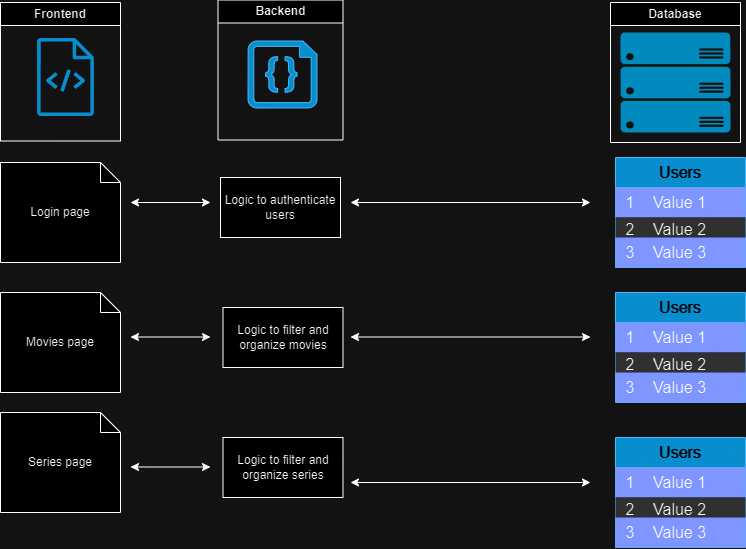
The draw.io diagram CineList.drawio.png in caueoliveiraaa/CineLists, before a commit. Source tidied: cells renumbered, new cells last; positions are measured from the earlier drawing's top-left corner, leaving out a move shared by most shapes.
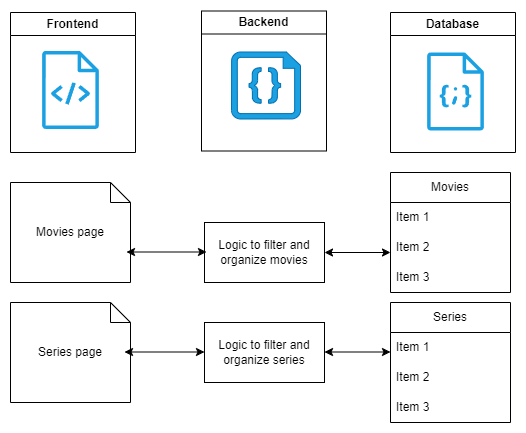
The same diagram one commit later.

What changed in the source:
```diff
@@ -3,169 +3,87 @@
     <mxCell id="0" />
     <mxCell id="1" parent="0" />
     <mxCell id="2" value="Database" style="swimlane;whiteSpace=wrap;html=1;" parent="1" vertex="1">
-      <mxGeometry x="610" y="2" width="130" height="140" as="geometry" />
+      <mxGeometry x="500" y="82" width="125" height="140" as="geometry" />
     </mxCell>
-    <mxCell id="3" style="verticalLabelPosition=bottom;html=1;verticalAlign=top;align=center;strokeColor=none;fillColor=#00BEF2;shape=mxgraph.azure.server_rack;" parent="2" vertex="1">
-      <mxGeometry x="10" y="30" width="110" height="100" as="geometry" />
-    </mxCell>
-    <mxCell id="4" style="edgeStyle=orthogonalEdgeStyle;rounded=0;orthogonalLoop=1;jettySize=auto;html=1;exitX=0.5;exitY=1;exitDx=0;exitDy=0;exitPerimeter=0;" parent="2" edge="1" source="3" target="3">
-      <mxGeometry relative="1" as="geometry" />
+    <mxCell id="4" style="edgeStyle=orthogonalEdgeStyle;rounded=0;orthogonalLoop=1;jettySize=auto;html=1;exitX=0.5;exitY=1;exitDx=0;exitDy=0;exitPerimeter=0;" parent="2" edge="1">
+      <mxGeometry relative="1" as="geometry">
+        <mxPoint x="65" y="130" as="sourcePoint" />
+        <mxPoint x="65" y="130" as="targetPoint" />
+      </mxGeometry>
     </mxCell>
-    <mxCell id="5" value="Users" style="shape=table;startSize=30;rowLines=0;fontStyle=0;fontSize=16;fillColor=#1ba1e2;strokeColor=#006EAF;fontColor=#ffffff;whiteSpace=wrap;" parent="1" vertex="1">
-      <mxGeometry x="615" y="157" width="130" height="110" as="geometry" />
-    </mxCell>
-    <mxCell id="6" style="shape=tableRow;horizontal=0;startSize=0;swimlaneHead=0;swimlaneBody=0;top=0;left=0;bottom=0;right=0;fillColor=#485EEF;strokeColor=#001DBC;fontSize=16;fontColor=#ffffff;swimlaneFillColor=default;" parent="5" vertex="1">
-      <mxGeometry y="30" width="130" height="30" as="geometry" />
-    </mxCell>
-    <mxCell id="7" value="1" style="shape=partialRectangle;html=1;whiteSpace=wrap;fillColor=none;top=0;left=0;bottom=0;right=0;overflow=hidden;strokeColor=inherit;fontSize=16;" parent="6" vertex="1">
-      <mxGeometry width="30" height="30" as="geometry" />
-    </mxCell>
-    <mxCell id="8" value="Value 1" style="shape=partialRectangle;html=1;whiteSpace=wrap;fillColor=none;top=0;left=0;bottom=0;right=0;align=left;spacingLeft=6;overflow=hidden;strokeColor=inherit;fontSize=16;" parent="6" vertex="1">
-      <mxGeometry x="30" width="100" height="30" as="geometry" />
-    </mxCell>
-    <mxCell id="9" style="shape=tableRow;horizontal=0;startSize=0;swimlaneHead=0;swimlaneBody=0;top=0;left=0;bottom=0;right=0;fillColor=#CFCFCF;strokeColor=#001DBC;fontSize=16;fontColor=#ffffff;" parent="5" vertex="1">
-      <mxGeometry y="60" width="130" height="20" as="geometry" />
-    </mxCell>
-    <mxCell id="10" value="2" style="shape=partialRectangle;html=1;whiteSpace=wrap;fillColor=none;top=0;left=0;bottom=0;right=0;overflow=hidden;strokeColor=inherit;fontSize=16;" parent="9" vertex="1">
-      <mxGeometry width="30" height="20" as="geometry" />
-    </mxCell>
-    <mxCell id="11" value="Value 2" style="shape=partialRectangle;html=1;whiteSpace=wrap;fillColor=none;top=0;left=0;bottom=0;right=0;align=left;spacingLeft=6;overflow=hidden;strokeColor=inherit;fontSize=16;" parent="9" vertex="1">
-      <mxGeometry x="30" width="100" height="20" as="geometry" />
-    </mxCell>
-    <mxCell id="12" style="shape=tableRow;horizontal=0;startSize=0;swimlaneHead=0;swimlaneBody=0;top=0;left=0;bottom=0;right=0;fillColor=#485EEF;strokeColor=#001DBC;fontSize=16;fontColor=#ffffff;" parent="5" vertex="1">
-      <mxGeometry y="80" width="130" height="30" as="geometry" />
-    </mxCell>
-    <mxCell id="13" value="3" style="shape=partialRectangle;html=1;whiteSpace=wrap;fillColor=none;top=0;left=0;bottom=0;right=0;overflow=hidden;strokeColor=inherit;fontSize=16;" parent="12" vertex="1">
-      <mxGeometry width="30" height="30" as="geometry" />
-    </mxCell>
-    <mxCell id="14" value="Value 3" style="shape=partialRectangle;html=1;whiteSpace=wrap;fillColor=none;top=0;left=0;bottom=0;right=0;align=left;spacingLeft=6;overflow=hidden;strokeColor=inherit;fontSize=16;" parent="12" vertex="1">
-      <mxGeometry x="30" width="100" height="30" as="geometry" />
-    </mxCell>
+    <mxCell id="51" style="sketch=0;fontColor=#1BA1E2;gradientColor=none;fillColor=#1BA1E2;strokeColor=none;dashed=0;verticalLabelPosition=bottom;verticalAlign=top;align=center;html=1;fontSize=12;fontStyle=0;shape=mxgraph.aws4.json_script;labelBackgroundColor=default;" parent="2" vertex="1">
+      <mxGeometry x="36.5" y="40" width="57" height="78" as="geometry" />
+    </mxCell>
     <mxCell id="15" value="Frontend" style="swimlane;whiteSpace=wrap;html=1;" parent="1" vertex="1">
-      <mxGeometry y="2" width="120" height="138.5" as="geometry" />
+      <mxGeometry x="120" y="82" width="125" height="140" as="geometry" />
     </mxCell>
     <mxCell id="16" style="sketch=0;fontColor=#ffffff;fillColor=#1ba1e2;strokeColor=#006EAF;dashed=0;verticalLabelPosition=bottom;verticalAlign=top;align=center;html=1;fontSize=12;fontStyle=0;shape=mxgraph.aws4.source_code;" parent="15" vertex="1">
-      <mxGeometry x="36.5" y="35.5" width="57" height="78" as="geometry" />
+      <mxGeometry x="31.5" y="38.5" width="57" height="78" as="geometry" />
     </mxCell>
     <mxCell id="17" value="Backend" style="swimlane;whiteSpace=wrap;html=1;startSize=23;" parent="1" vertex="1">
-      <mxGeometry x="217.5" y="-0.5" width="125" height="140" as="geometry" />
+      <mxGeometry x="311" y="80.5" width="125" height="140" as="geometry" />
     </mxCell>
     <mxCell id="18" style="verticalLabelPosition=bottom;html=1;verticalAlign=top;align=center;strokeColor=#006EAF;fillColor=#1BA1E2;shape=mxgraph.azure.code_file;fontColor=#ffffff;" parent="17" vertex="1">
       <mxGeometry x="30" y="41" width="69" height="67" as="geometry" />
     </mxCell>
-    <mxCell id="19" value="Logic to authenticate users" style="whiteSpace=wrap;html=1;align=center;newEdgeStyle={&quot;edgeStyle&quot;:&quot;elbowEdgeStyle&quot;,&quot;startArrow&quot;:&quot;none&quot;,&quot;endArrow&quot;:&quot;none&quot;};" parent="1" vertex="1">
-      <mxGeometry x="220" y="177" width="120" height="60" as="geometry" />
-    </mxCell>
     <mxCell id="20" value="Logic to filter and organize movies" style="whiteSpace=wrap;html=1;align=center;newEdgeStyle={&quot;edgeStyle&quot;:&quot;elbowEdgeStyle&quot;,&quot;startArrow&quot;:&quot;none&quot;,&quot;endArrow&quot;:&quot;none&quot;};" parent="1" vertex="1">
-      <mxGeometry x="222.5" y="307" width="120" height="60" as="geometry" />
+      <mxGeometry x="314" y="292" width="120" height="60" as="geometry" />
     </mxCell>
     <mxCell id="21" value="Logic to filter and organize series" style="whiteSpace=wrap;html=1;align=center;newEdgeStyle={&quot;edgeStyle&quot;:&quot;elbowEdgeStyle&quot;,&quot;startArrow&quot;:&quot;none&quot;,&quot;endArrow&quot;:&quot;none&quot;};" parent="1" vertex="1">
-      <mxGeometry x="222.5" y="437" width="120" height="60" as="geometry" />
+      <mxGeometry x="314" y="392" width="120" height="60" as="geometry" />
     </mxCell>
-    <mxCell id="22" style="endArrow=classic;startArrow=classic;html=1;rounded=0;" parent="1" edge="1">
-      <mxGeometry relative="1" as="geometry">
-        <mxPoint x="350" y="202" as="sourcePoint" />
-        <mxPoint x="590" y="202" as="targetPoint" />
-      </mxGeometry>
-    </mxCell>
-    <mxCell id="23" value="Login page" style="shape=note;size=20;whiteSpace=wrap;html=1;" parent="1" vertex="1">
-      <mxGeometry y="162" width="120" height="100" as="geometry" />
-    </mxCell>
-    <mxCell id="24" style="endArrow=classic;startArrow=classic;html=1;rounded=0;" parent="1" edge="1">
-      <mxGeometry relative="1" as="geometry">
-        <mxPoint x="130" y="202" as="sourcePoint" />
-        <mxPoint x="210" y="202" as="targetPoint" />
-      </mxGeometry>
-    </mxCell>
-    <mxCell id="25" style="endArrow=classic;startArrow=classic;html=1;rounded=0;" parent="1" edge="1">
+    <mxCell id="25" style="endArrow=classic;startArrow=classic;html=1;rounded=0;exitX=1;exitY=0.5;exitDx=0;exitDy=0;" parent="1" edge="1" source="20">
       <mxGeometry relative="1" as="geometry">
-        <mxPoint x="350" y="336.5" as="sourcePoint" />
-        <mxPoint x="590" y="336.5" as="targetPoint" />
+        <mxPoint x="500" y="322" as="targetPoint" />
       </mxGeometry>
     </mxCell>
-    <mxCell id="26" style="endArrow=classic;startArrow=classic;html=1;rounded=0;" parent="1" edge="1">
-      <mxGeometry relative="1" as="geometry">
-        <mxPoint x="350" y="482" as="sourcePoint" />
-        <mxPoint x="590" y="482" as="targetPoint" />
-      </mxGeometry>
-    </mxCell>
     <mxCell id="27" value="Movies page" style="shape=note;size=20;whiteSpace=wrap;html=1;" parent="1" vertex="1">
-      <mxGeometry y="292" width="120" height="100" as="geometry" />
+      <mxGeometry x="120" y="252" width="120" height="100" as="geometry" />
     </mxCell>
     <mxCell id="28" value="Series page" style="shape=note;size=20;whiteSpace=wrap;html=1;" parent="1" vertex="1">
-      <mxGeometry y="412" width="120" height="100" as="geometry" />
+      <mxGeometry x="120" y="372" width="120" height="100" as="geometry" />
     </mxCell>
     <mxCell id="29" style="endArrow=classic;startArrow=classic;html=1;rounded=0;" parent="1" edge="1">
       <mxGeometry relative="1" as="geometry">
-        <mxPoint x="130" y="336.5" as="sourcePoint" />
-        <mxPoint x="210" y="336.5" as="targetPoint" />
+        <mxPoint x="236" y="321.5" as="sourcePoint" />
+        <mxPoint x="316" y="321.5" as="targetPoint" />
       </mxGeometry>
     </mxCell>
     <mxCell id="30" style="endArrow=classic;startArrow=classic;html=1;rounded=0;" parent="1" edge="1">
       <mxGeometry relative="1" as="geometry">
-        <mxPoint x="130" y="466.5" as="sourcePoint" />
-        <mxPoint x="210" y="466.5" as="targetPoint" />
+        <mxPoint x="234" y="421.5" as="sourcePoint" />
+        <mxPoint x="314" y="421.5" as="targetPoint" />
       </mxGeometry>
     </mxCell>
-    <mxCell id="31" value="Users" style="shape=table;startSize=30;rowLines=0;fontStyle=0;fontSize=16;fillColor=#1ba1e2;strokeColor=#006EAF;fontColor=#ffffff;whiteSpace=wrap;" parent="1" vertex="1">
-      <mxGeometry x="615" y="292" width="130" height="110" as="geometry" />
-    </mxCell>
-    <mxCell id="32" style="shape=tableRow;horizontal=0;startSize=0;swimlaneHead=0;swimlaneBody=0;top=0;left=0;bottom=0;right=0;fillColor=#485EEF;strokeColor=#001DBC;fontSize=16;fontColor=#ffffff;swimlaneFillColor=default;" parent="31" vertex="1">
-      <mxGeometry y="30" width="130" height="30" as="geometry" />
-    </mxCell>
-    <mxCell id="33" value="1" style="shape=partialRectangle;html=1;whiteSpace=wrap;fillColor=none;top=0;left=0;bottom=0;right=0;overflow=hidden;strokeColor=inherit;fontSize=16;" parent="32" vertex="1">
-      <mxGeometry width="30" height="30" as="geometry" />
-    </mxCell>
-    <mxCell id="34" value="Value 1" style="shape=partialRectangle;html=1;whiteSpace=wrap;fillColor=none;top=0;left=0;bottom=0;right=0;align=left;spacingLeft=6;overflow=hidden;strokeColor=inherit;fontSize=16;" parent="32" vertex="1">
-      <mxGeometry x="30" width="100" height="30" as="geometry" />
-    </mxCell>
-    <mxCell id="35" style="shape=tableRow;horizontal=0;startSize=0;swimlaneHead=0;swimlaneBody=0;top=0;left=0;bottom=0;right=0;fillColor=#CFCFCF;strokeColor=#001DBC;fontSize=16;fontColor=#ffffff;" parent="31" vertex="1">
-      <mxGeometry y="60" width="130" height="20" as="geometry" />
-    </mxCell>
-    <mxCell id="36" value="2" style="shape=partialRectangle;html=1;whiteSpace=wrap;fillColor=none;top=0;left=0;bottom=0;right=0;overflow=hidden;strokeColor=inherit;fontSize=16;" parent="35" vertex="1">
-      <mxGeometry width="30" height="20" as="geometry" />
-    </mxCell>
-    <mxCell id="37" value="Value 2" style="shape=partialRectangle;html=1;whiteSpace=wrap;fillColor=none;top=0;left=0;bottom=0;right=0;align=left;spacingLeft=6;overflow=hidden;strokeColor=inherit;fontSize=16;" parent="35" vertex="1">
-      <mxGeometry x="30" width="100" height="20" as="geometry" />
-    </mxCell>
-    <mxCell id="38" style="shape=tableRow;horizontal=0;startSize=0;swimlaneHead=0;swimlaneBody=0;top=0;left=0;bottom=0;right=0;fillColor=#485EEF;strokeColor=#001DBC;fontSize=16;fontColor=#ffffff;" parent="31" vertex="1">
-      <mxGeometry y="80" width="130" height="30" as="geometry" />
-    </mxCell>
-    <mxCell id="39" value="3" style="shape=partialRectangle;html=1;whiteSpace=wrap;fillColor=none;top=0;left=0;bottom=0;right=0;overflow=hidden;strokeColor=inherit;fontSize=16;" parent="38" vertex="1">
-      <mxGeometry width="30" height="30" as="geometry" />
-    </mxCell>
-    <mxCell id="40" value="Value 3" style="shape=partialRectangle;html=1;whiteSpace=wrap;fillColor=none;top=0;left=0;bottom=0;right=0;align=left;spacingLeft=6;overflow=hidden;strokeColor=inherit;fontSize=16;" parent="38" vertex="1">
-      <mxGeometry x="30" width="100" height="30" as="geometry" />
-    </mxCell>
-    <mxCell id="41" value="Users" style="shape=table;startSize=30;rowLines=0;fontStyle=0;fontSize=16;fillColor=#1ba1e2;strokeColor=#006EAF;fontColor=#ffffff;whiteSpace=wrap;" parent="1" vertex="1">
-      <mxGeometry x="615" y="437" width="130" height="110" as="geometry" />
-    </mxCell>
-    <mxCell id="42" style="shape=tableRow;horizontal=0;startSize=0;swimlaneHead=0;swimlaneBody=0;top=0;left=0;bottom=0;right=0;fillColor=#485EEF;strokeColor=#001DBC;fontSize=16;fontColor=#ffffff;swimlaneFillColor=default;" parent="41" vertex="1">
-      <mxGeometry y="30" width="130" height="30" as="geometry" />
-    </mxCell>
-    <mxCell id="43" value="1" style="shape=partialRectangle;html=1;whiteSpace=wrap;fillColor=none;top=0;left=0;bottom=0;right=0;overflow=hidden;strokeColor=inherit;fontSize=16;" parent="42" vertex="1">
-      <mxGeometry width="30" height="30" as="geometry" />
-    </mxCell>
-    <mxCell id="44" value="Value 1" style="shape=partialRectangle;html=1;whiteSpace=wrap;fillColor=none;top=0;left=0;bottom=0;right=0;align=left;spacingLeft=6;overflow=hidden;strokeColor=inherit;fontSize=16;" parent="42" vertex="1">
-      <mxGeometry x="30" width="100" height="30" as="geometry" />
-    </mxCell>
-    <mxCell id="45" style="shape=tableRow;horizontal=0;startSize=0;swimlaneHead=0;swimlaneBody=0;top=0;left=0;bottom=0;right=0;fillColor=#CFCFCF;strokeColor=#001DBC;fontSize=16;fontColor=#ffffff;" parent="41" vertex="1">
-      <mxGeometry y="60" width="130" height="20" as="geometry" />
-    </mxCell>
-    <mxCell id="46" value="2" style="shape=partialRectangle;html=1;whiteSpace=wrap;fillColor=none;top=0;left=0;bottom=0;right=0;overflow=hidden;strokeColor=inherit;fontSize=16;" parent="45" vertex="1">
-      <mxGeometry width="30" height="20" as="geometry" />
-    </mxCell>
-    <mxCell id="47" value="Value 2" style="shape=partialRectangle;html=1;whiteSpace=wrap;fillColor=none;top=0;left=0;bottom=0;right=0;align=left;spacingLeft=6;overflow=hidden;strokeColor=inherit;fontSize=16;" parent="45" vertex="1">
-      <mxGeometry x="30" width="100" height="20" as="geometry" />
-    </mxCell>
-    <mxCell id="48" style="shape=tableRow;horizontal=0;startSize=0;swimlaneHead=0;swimlaneBody=0;top=0;left=0;bottom=0;right=0;fillColor=#485EEF;strokeColor=#001DBC;fontSize=16;fontColor=#ffffff;" parent="41" vertex="1">
-      <mxGeometry y="80" width="130" height="30" as="geometry" />
-    </mxCell>
-    <mxCell id="49" value="3" style="shape=partialRectangle;html=1;whiteSpace=wrap;fillColor=none;top=0;left=0;bottom=0;right=0;overflow=hidden;strokeColor=inherit;fontSize=16;" parent="48" vertex="1">
-      <mxGeometry width="30" height="30" as="geometry" />
-    </mxCell>
-    <mxCell id="50" value="Value 3" style="shape=partialRectangle;html=1;whiteSpace=wrap;fillColor=none;top=0;left=0;bottom=0;right=0;align=left;spacingLeft=6;overflow=hidden;strokeColor=inherit;fontSize=16;" parent="48" vertex="1">
-      <mxGeometry x="30" width="100" height="30" as="geometry" />
-    </mxCell>
+    <mxCell id="52" style="endArrow=classic;startArrow=classic;html=1;rounded=0;entryX=0;entryY=-0.025;entryDx=0;entryDy=0;entryPerimeter=0;" parent="1" edge="1">
+      <mxGeometry relative="1" as="geometry">
+        <mxPoint x="434" y="421.5" as="sourcePoint" />
+        <mxPoint x="500" y="421.5" as="targetPoint" />
+      </mxGeometry>
+    </mxCell>
+    <mxCell id="53" value="Movies" style="swimlane;fontStyle=0;horizontal=1;startSize=30;whiteSpace=wrap;html=1;" parent="1" vertex="1">
+      <mxGeometry x="500" y="242" width="120" height="120" as="geometry" />
+    </mxCell>
+    <mxCell id="54" value="Item 1" style="text;strokeColor=none;fillColor=none;align=left;verticalAlign=middle;spacingLeft=4;spacingRight=4;overflow=hidden;whiteSpace=wrap;html=1;" parent="53" vertex="1">
+      <mxGeometry y="30" width="120" height="30" as="geometry" />
+    </mxCell>
+    <mxCell id="55" value="Item 2" style="text;strokeColor=none;fillColor=none;align=left;verticalAlign=middle;spacingLeft=4;spacingRight=4;overflow=hidden;whiteSpace=wrap;html=1;" parent="53" vertex="1">
+      <mxGeometry y="60" width="120" height="30" as="geometry" />
+    </mxCell>
+    <mxCell id="56" value="Item 3" style="text;strokeColor=none;fillColor=none;align=left;verticalAlign=middle;spacingLeft=4;spacingRight=4;overflow=hidden;whiteSpace=wrap;html=1;" parent="53" vertex="1">
+      <mxGeometry y="90" width="120" height="30" as="geometry" />
+    </mxCell>
+    <mxCell id="57" value="Series" style="swimlane;fontStyle=0;horizontal=1;startSize=30;whiteSpace=wrap;html=1;" parent="1" vertex="1">
+      <mxGeometry x="500" y="372" width="120" height="120" as="geometry" />
+    </mxCell>
+    <mxCell id="58" value="Item 1" style="text;strokeColor=none;fillColor=none;align=left;verticalAlign=middle;spacingLeft=4;spacingRight=4;overflow=hidden;whiteSpace=wrap;html=1;" parent="57" vertex="1">
+      <mxGeometry y="30" width="120" height="30" as="geometry" />
+    </mxCell>
+    <mxCell id="59" value="Item 2" style="text;strokeColor=none;fillColor=none;align=left;verticalAlign=middle;spacingLeft=4;spacingRight=4;overflow=hidden;whiteSpace=wrap;html=1;" parent="57" vertex="1">
+      <mxGeometry y="60" width="120" height="30" as="geometry" />
+    </mxCell>
+    <mxCell id="60" value="Item 3" style="text;strokeColor=none;fillColor=none;align=left;verticalAlign=middle;spacingLeft=4;spacingRight=4;overflow=hidden;whiteSpace=wrap;html=1;" parent="57" vertex="1">
+      <mxGeometry y="90" width="120" height="30" as="geometry" />
+    </mxCell>
   </root>
 </mxGraphModel>
```
